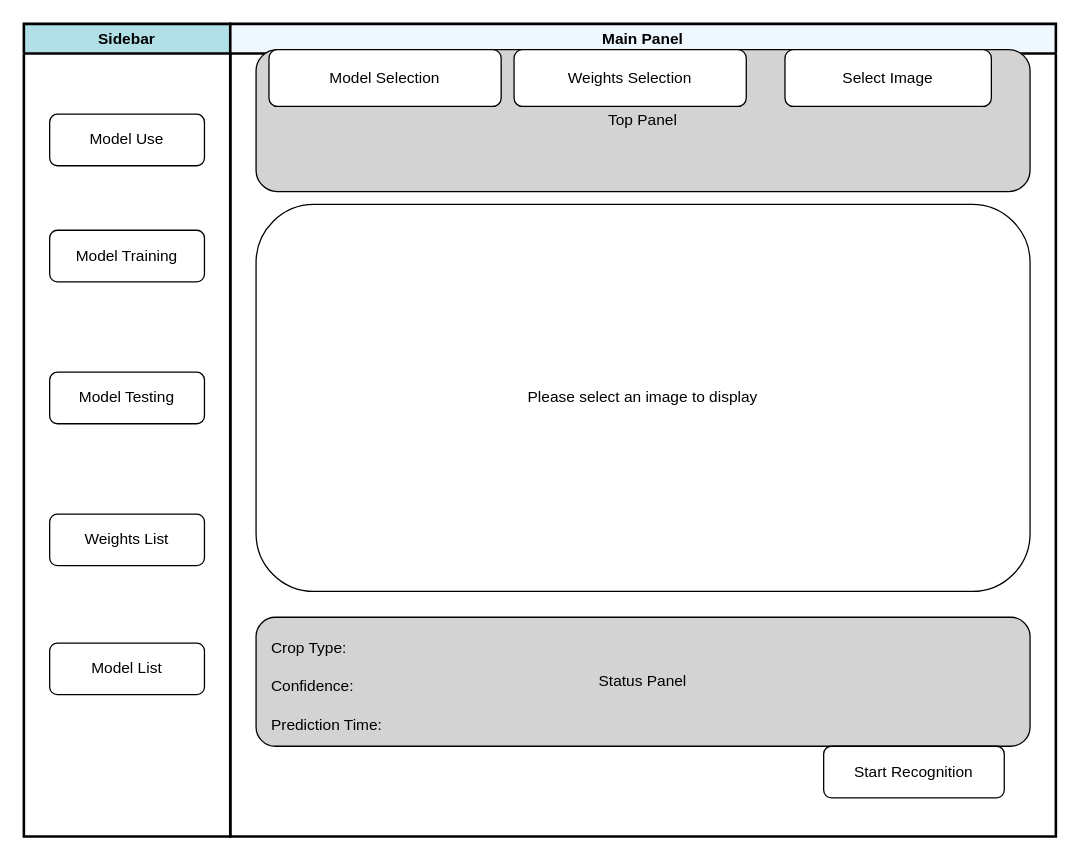
Above: structure.drawio in zft666zft/final-project (draw.io), before the change. Source tidied: cells renumbered, new cells numbered last; positions are measured from the earlier drawing's top-left corner, leaving out a move shared by most shapes. Both pictures are drawn from the tidied source at 129%, with x=0, y=0 at pixel (23, 23).
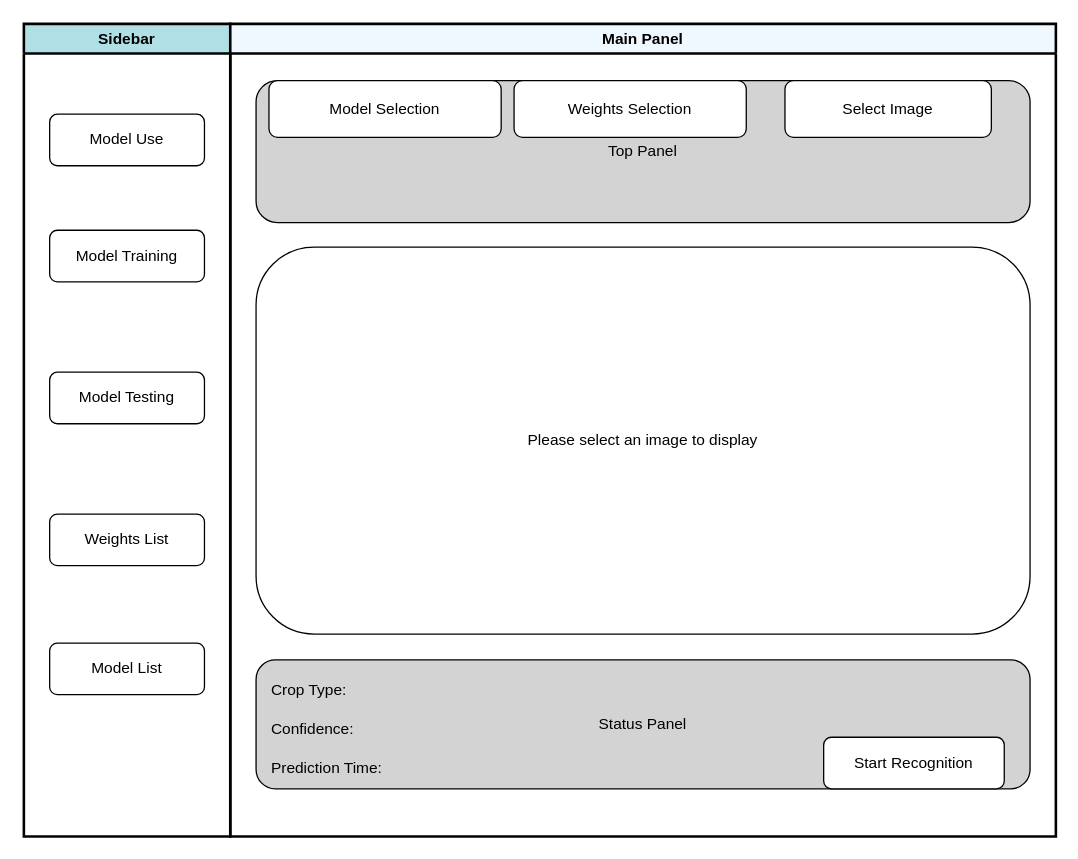
Above is the later version.

The edit, as a diff of the source:
```diff
@@
 <mxGraphModel>
   <root>
     <mxCell id="0" />
     <mxCell id="1" parent="0" />
     <mxCell id="2" value="Sidebar" style="swimlane;whiteSpace=wrap;html=1;strokeColor=#000000;strokeWidth=2;fillColor=#B0E0E6;" parent="1" vertex="1">
       <mxGeometry width="160" height="630" as="geometry" />
     </mxCell>
     <mxCell id="3" value="Model Use" style="rounded=1;whiteSpace=wrap;html=1;strokeColor=#000000;strokeWidth=1;" parent="2" vertex="1">
       <mxGeometry x="20" y="70" width="120" height="40" as="geometry" />
     </mxCell>
     <mxCell id="4" value="Model Training" style="rounded=1;whiteSpace=wrap;html=1;strokeColor=#000000;strokeWidth=1;" parent="2" vertex="1">
       <mxGeometry x="20" y="160" width="120" height="40" as="geometry" />
     </mxCell>
     <mxCell id="5" value="Model Testing" style="rounded=1;whiteSpace=wrap;html=1;strokeColor=#000000;strokeWidth=1;" parent="2" vertex="1">
       <mxGeometry x="20" y="270" width="120" height="40" as="geometry" />
     </mxCell>
     <mxCell id="6" value="Weights List" style="rounded=1;whiteSpace=wrap;html=1;strokeColor=#000000;strokeWidth=1;" parent="2" vertex="1">
       <mxGeometry x="20" y="380" width="120" height="40" as="geometry" />
     </mxCell>
     <mxCell id="7" value="Model List" style="rounded=1;whiteSpace=wrap;html=1;strokeColor=#000000;strokeWidth=1;" parent="2" vertex="1">
       <mxGeometry x="20" y="480" width="120" height="40" as="geometry" />
     </mxCell>
     <mxCell id="8" value="Main Panel" style="swimlane;whiteSpace=wrap;html=1;strokeColor=#000000;strokeWidth=2;fillColor=#F0F8FF;" parent="1" vertex="1">
       <mxGeometry x="160" width="640" height="630" as="geometry" />
     </mxCell>
     <mxCell id="9" value="Top Panel" style="rounded=1;whiteSpace=wrap;html=1;strokeColor=#000000;strokeWidth=1;fillColor=#D3D3D3;" parent="8" vertex="1">
-      <mxGeometry x="20" y="20" width="600" height="110" as="geometry" />
+      <mxGeometry x="20" y="44" width="600" height="110" as="geometry" />
     </mxCell>
     <mxCell id="10" value="Model Selection" style="rounded=1;whiteSpace=wrap;html=1;strokeColor=#000000;strokeWidth=1;" parent="9" vertex="1">
       <mxGeometry x="10" width="180" height="44" as="geometry" />
     </mxCell>
     <mxCell id="11" value="Weights Selection" style="rounded=1;whiteSpace=wrap;html=1;strokeColor=#000000;strokeWidth=1;" parent="9" vertex="1">
       <mxGeometry x="200" width="180" height="44" as="geometry" />
     </mxCell>
     <mxCell id="12" value="Select Image" style="rounded=1;whiteSpace=wrap;html=1;strokeColor=#000000;strokeWidth=1;" parent="9" vertex="1">
       <mxGeometry x="410" width="160" height="44" as="geometry" />
     </mxCell>
     <mxCell id="13" value="Please select an image to display" style="rounded=1;whiteSpace=wrap;html=1;strokeColor=#000000;strokeWidth=1;fillColor=#FFFFFF;" parent="8" vertex="1">
-      <mxGeometry x="20" y="140" width="600" height="300" as="geometry" />
+      <mxGeometry x="20" y="173" width="600" height="300" as="geometry" />
     </mxCell>
     <mxCell id="14" value="Status Panel" style="rounded=1;whiteSpace=wrap;html=1;strokeColor=#000000;strokeWidth=1;fillColor=#D3D3D3;" parent="8" vertex="1">
-      <mxGeometry x="20" y="460" width="600" height="100" as="geometry" />
+      <mxGeometry x="20" y="493" width="600" height="100" as="geometry" />
     </mxCell>
     <mxCell id="15" value="Crop Type:" style="text;whiteSpace=wrap;html=1;strokeColor=none;" parent="14" vertex="1">
       <mxGeometry x="10" y="10" width="180" height="20" as="geometry" />
     </mxCell>
     <mxCell id="16" value="Confidence:" style="text;whiteSpace=wrap;html=1;strokeColor=none;" parent="14" vertex="1">
       <mxGeometry x="10" y="40" width="180" height="20" as="geometry" />
     </mxCell>
     <mxCell id="17" value="Prediction Time:" style="text;whiteSpace=wrap;html=1;strokeColor=none;" parent="14" vertex="1">
       <mxGeometry x="10" y="70" width="180" height="20" as="geometry" />
     </mxCell>
-    <mxCell id="18" value="Start Recognition" style="rounded=1;whiteSpace=wrap;html=1;strokeColor=#000000;strokeWidth=1;" parent="8" vertex="1">
-      <mxGeometry x="460" y="560" width="140" height="40" as="geometry" />
+    <mxCell id="18" value="Start Recognition" style="rounded=1;whiteSpace=wrap;html=1;strokeColor=#000000;strokeWidth=1;" parent="14" vertex="1">
+      <mxGeometry x="440" y="60" width="140" height="40" as="geometry" />
     </mxCell>
   </root>
 </mxGraphModel>
```
